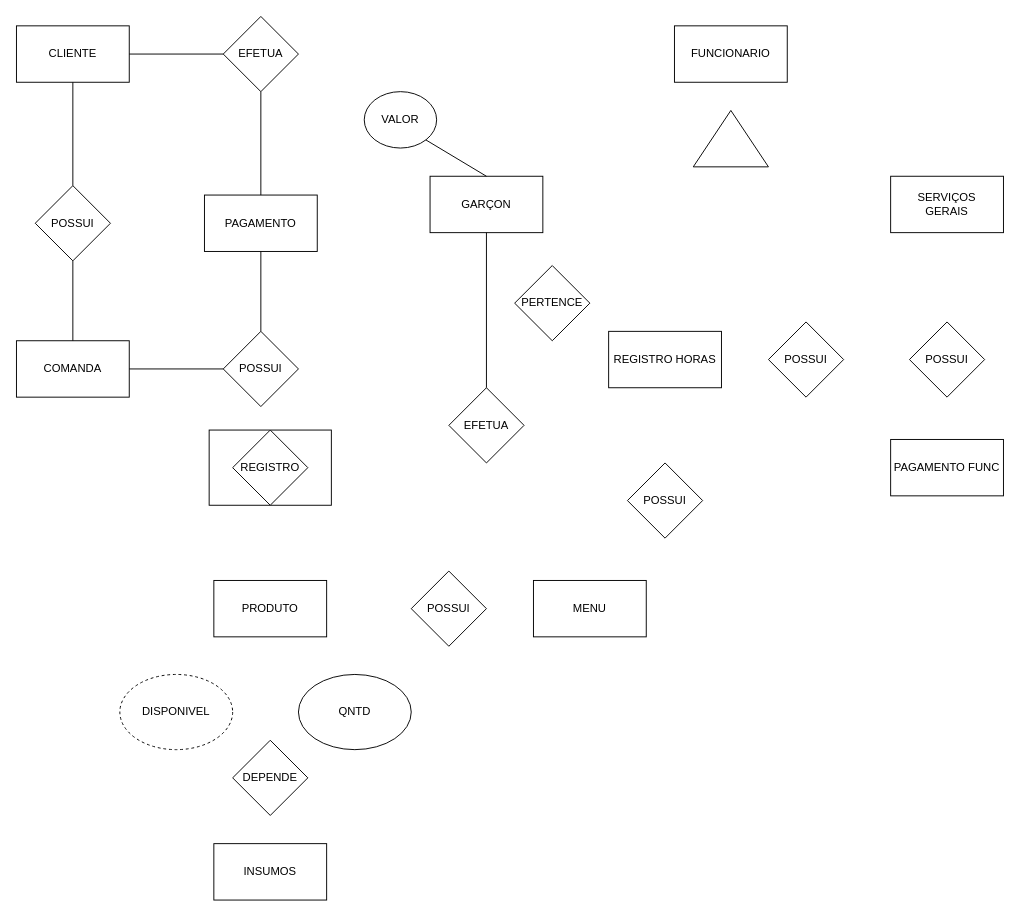
Before: Diagrama Restaurante (2).drawio in yFells/Projetos-De-Faculdade, a draw.io diagram. Source tidied: cells renumbered, new cells numbered last; positions are measured from the earlier drawing's top-left corner, leaving out a move shared by most shapes. Both pictures are drawn from the tidied source at 94%, with x=0, y=0 at pixel (16, 16).
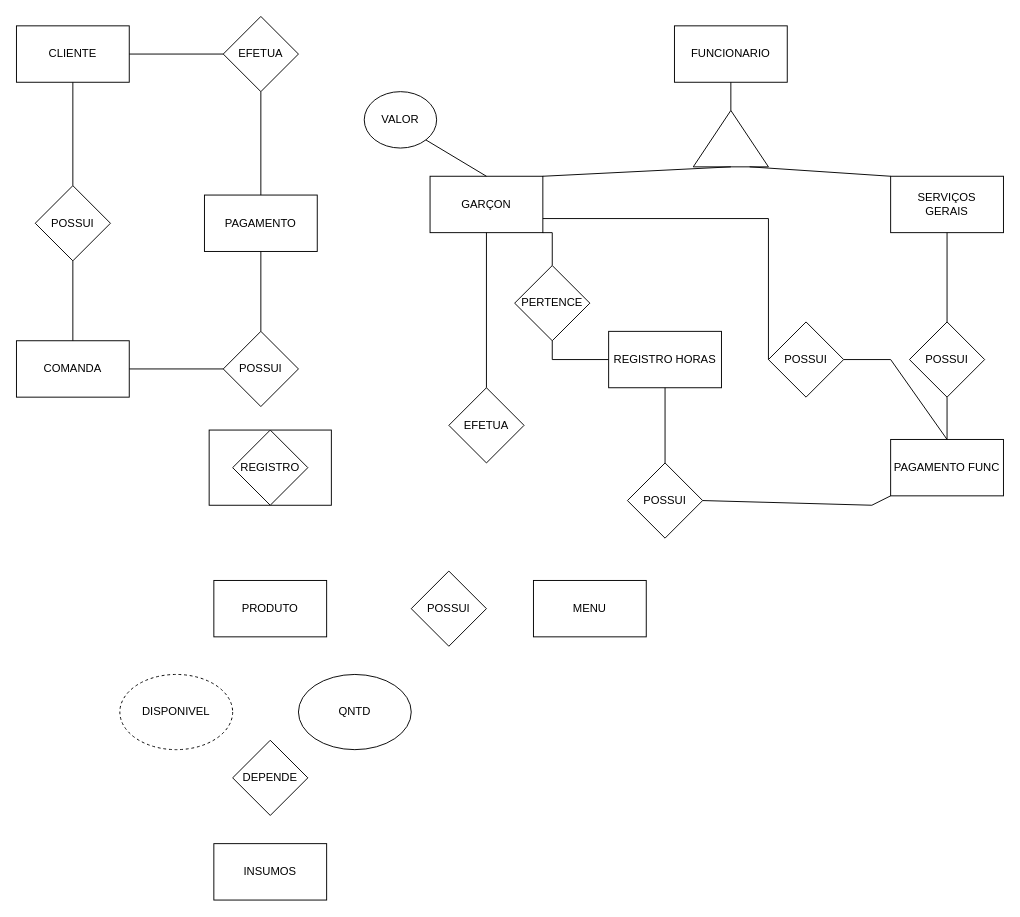
The same diagram, later.

Unchanged cells that the change refers to:
```xml
<mxCell id="8" value="FUNCIONARIO" style="rounded=0;whiteSpace=wrap;html=1;" parent="1" vertex="1">
  <mxGeometry x="700" y="10" width="120" height="60" as="geometry" />
</mxCell>
<mxCell id="9" style="triangle;whiteSpace=wrap;html=1;rotation=-90;" parent="1" vertex="1">
  <mxGeometry x="730" y="90" width="60" height="80" as="geometry" />
</mxCell>
<mxCell id="10" value="GARÇON" style="rounded=0;whiteSpace=wrap;html=1;" parent="1" vertex="1">
  <mxGeometry x="440" y="170" width="120" height="60" as="geometry" />
</mxCell>
<mxCell id="11" value="SERVIÇOS&lt;br&gt;GERAIS" style="rounded=0;whiteSpace=wrap;html=1;" parent="1" vertex="1">
  <mxGeometry x="930" y="170" width="120" height="60" as="geometry" />
</mxCell>
<mxCell id="12" value="POSSUI" style="rhombus;whiteSpace=wrap;html=1;" parent="1" vertex="1">
  <mxGeometry x="950" y="325" width="80" height="80" as="geometry" />
</mxCell>
<mxCell id="13" value="PAGAMENTO FUNC" style="rounded=0;whiteSpace=wrap;html=1;" parent="1" vertex="1">
  <mxGeometry x="930" y="450" width="120" height="60" as="geometry" />
</mxCell>
<mxCell id="14" value="POSSUI" style="rhombus;whiteSpace=wrap;html=1;" parent="1" vertex="1">
  <mxGeometry x="800" y="325" width="80" height="80" as="geometry" />
</mxCell>
<mxCell id="15" value="REGISTRO HORAS" style="rounded=0;whiteSpace=wrap;html=1;" parent="1" vertex="1">
  <mxGeometry x="630" y="335" width="120" height="60" as="geometry" />
</mxCell>
<mxCell id="16" value="PERTENCE" style="rhombus;whiteSpace=wrap;html=1;" parent="1" vertex="1">
  <mxGeometry x="530" y="265" width="80" height="80" as="geometry" />
</mxCell>
<mxCell id="17" value="POSSUI" style="rhombus;whiteSpace=wrap;html=1;" parent="1" vertex="1">
  <mxGeometry x="650" y="475" width="80" height="80" as="geometry" />
</mxCell>
```

The edit, as a diff of the source:
```diff
@@
+    <mxCell id="37" style="endArrow=none;html=1;rounded=0;entryX=0.5;entryY=1;entryDx=0;entryDy=0;" parent="1" edge="1" source="9" target="8">
+      <mxGeometry relative="1" as="geometry" />
+    </mxCell>
+    <mxCell id="38" style="endArrow=none;html=1;rounded=0;entryX=1;entryY=1;entryDx=0;entryDy=0;exitX=0.5;exitY=0;exitDx=0;exitDy=0;" parent="1" edge="1" source="16" target="10">
+      <mxGeometry relative="1" as="geometry">
+        <Array as="points">
+          <mxPoint x="570" y="230" />
+        </Array>
+      </mxGeometry>
+    </mxCell>
+    <mxCell id="39" style="endArrow=none;html=1;rounded=0;entryX=0;entryY=0.5;entryDx=0;entryDy=0;exitX=0.5;exitY=1;exitDx=0;exitDy=0;" parent="1" edge="1" source="16" target="15">
+      <mxGeometry relative="1" as="geometry">
+        <Array as="points">
+          <mxPoint x="570" y="365" />
+        </Array>
+      </mxGeometry>
+    </mxCell>
+    <mxCell id="40" style="endArrow=none;html=1;rounded=0;entryX=0;entryY=0.5;entryDx=0;entryDy=0;exitX=1;exitY=0;exitDx=0;exitDy=0;" parent="1" edge="1" source="10" target="9">
+      <mxGeometry relative="1" as="geometry" />
+    </mxCell>
+    <mxCell id="41" style="endArrow=none;html=1;rounded=0;entryX=0;entryY=0;entryDx=0;entryDy=0;exitX=0;exitY=0.75;exitDx=0;exitDy=0;" parent="1" edge="1" source="9" target="11">
+      <mxGeometry relative="1" as="geometry" />
+    </mxCell>
+    <mxCell id="42" style="endArrow=none;html=1;rounded=0;entryX=0.5;entryY=0;entryDx=0;entryDy=0;exitX=0.5;exitY=1;exitDx=0;exitDy=0;" parent="1" edge="1" source="11" target="12">
+      <mxGeometry relative="1" as="geometry" />
+    </mxCell>
+    <mxCell id="43" style="endArrow=none;html=1;rounded=0;entryX=0.5;entryY=0;entryDx=0;entryDy=0;exitX=0.5;exitY=1;exitDx=0;exitDy=0;" parent="1" edge="1" source="12" target="13">
+      <mxGeometry relative="1" as="geometry" />
+    </mxCell>
+    <mxCell id="44" style="endArrow=none;html=1;rounded=0;entryX=0.5;entryY=0;entryDx=0;entryDy=0;exitX=1;exitY=0.5;exitDx=0;exitDy=0;" parent="1" edge="1" source="14" target="13">
+      <mxGeometry relative="1" as="geometry">
+        <Array as="points">
+          <mxPoint x="930" y="365" />
+        </Array>
+      </mxGeometry>
+    </mxCell>
+    <mxCell id="45" style="endArrow=none;html=1;rounded=0;entryX=0;entryY=0.5;entryDx=0;entryDy=0;exitX=1;exitY=0.75;exitDx=0;exitDy=0;" parent="1" edge="1" source="10" target="14">
+      <mxGeometry relative="1" as="geometry">
+        <Array as="points">
+          <mxPoint x="800" y="215" />
+        </Array>
+      </mxGeometry>
+    </mxCell>
+    <mxCell id="46" style="endArrow=none;html=1;rounded=0;entryX=0.5;entryY=0;entryDx=0;entryDy=0;exitX=0.5;exitY=1;exitDx=0;exitDy=0;" parent="1" edge="1" source="15" target="17">
+      <mxGeometry relative="1" as="geometry" />
+    </mxCell>
+    <mxCell id="47" style="endArrow=none;html=1;rounded=0;entryX=1;entryY=0.5;entryDx=0;entryDy=0;exitX=0;exitY=1;exitDx=0;exitDy=0;" parent="1" edge="1" source="13" target="17">
+      <mxGeometry relative="1" as="geometry">
+        <Array as="points">
+          <mxPoint x="910" y="520" />
+        </Array>
+      </mxGeometry>
+    </mxCell>
```
